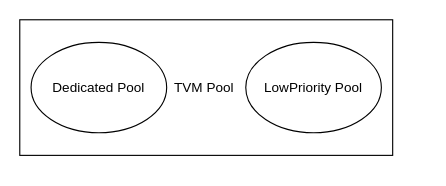
This is picture/several pool.drawio from yuyilei/Daily-Notes, a draw.io file, before an edit. Source tidied: cells renumbered, new cells numbered last; positions are measured from the earlier drawing's top-left corner, leaving out a move shared by most shapes. Both pictures are drawn from the tidied source at 113%, with x=0, y=0 at pixel (19, 19).
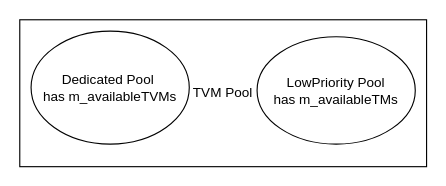
The same diagram, later.

The edit, as a diff of the source:
```diff
@@
 <mxGraphModel>
   <root>
     <mxCell id="0" />
     <mxCell id="1" parent="0" />
-    <mxCell id="2" value="TVM Pool&amp;nbsp;" style="rounded=0;whiteSpace=wrap;html=1;" parent="1" vertex="1">
-      <mxGeometry width="330" height="120" as="geometry" />
+    <mxCell id="2" value="&amp;nbsp;TVM Pool&amp;nbsp;" style="rounded=0;whiteSpace=wrap;html=1;" parent="1" vertex="1">
+      <mxGeometry width="360" height="130" as="geometry" />
     </mxCell>
-    <mxCell id="3" value="Dedicated Pool" style="ellipse;whiteSpace=wrap;html=1;" parent="1" vertex="1">
-      <mxGeometry x="10" y="20" width="120" height="80" as="geometry" />
+    <mxCell id="3" value="Dedicated Pool&amp;nbsp;&lt;br&gt;has m_availableTVMs" style="ellipse;whiteSpace=wrap;html=1;" parent="1" vertex="1">
+      <mxGeometry x="10" y="10" width="140" height="100" as="geometry" />
     </mxCell>
-    <mxCell id="4" value="LowPriority Pool" style="ellipse;whiteSpace=wrap;html=1;" parent="1" vertex="1">
-      <mxGeometry x="200" y="20" width="120" height="80" as="geometry" />
+    <mxCell id="4" value="LowPriority Pool&lt;br&gt;has m_availableTMs" style="ellipse;whiteSpace=wrap;html=1;" parent="1" vertex="1">
+      <mxGeometry x="210" y="15" width="140" height="95" as="geometry" />
     </mxCell>
   </root>
 </mxGraphModel>
```
